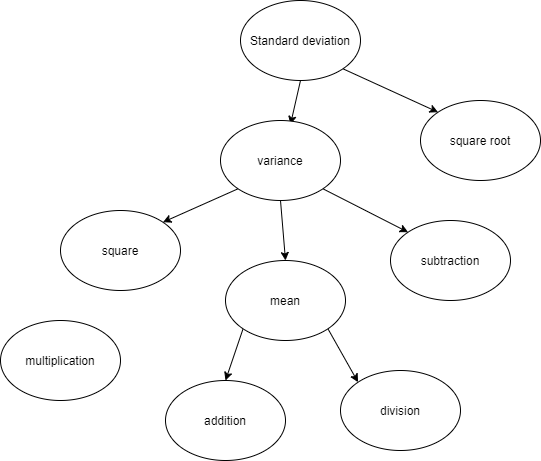
The draw.io diagram images/program operations diagram.png in sng23/miniproject2, before a commit. Source tidied: cells renumbered, new cells last; positions are measured from the earlier drawing's top-left corner, leaving out a move shared by most shapes. Its diagram source:
```xml
<mxGraphModel>
  <root>
    <mxCell id="0" />
    <mxCell id="1" parent="0" />
    <mxCell id="2" style="edgeStyle=none;rounded=0;jettySize=auto;html=1;exitX=1;exitY=1;exitDx=0;exitDy=0;entryX=0;entryY=0;entryDx=0;entryDy=0;" parent="1" edge="1" source="4" target="17">
      <mxGeometry relative="1" as="geometry" />
    </mxCell>
    <mxCell id="3" style="edgeStyle=none;rounded=0;jettySize=auto;html=1;exitX=0.5;exitY=1;exitDx=0;exitDy=0;entryX=0.583;entryY=0.05;entryDx=0;entryDy=0;entryPerimeter=0;" parent="1" edge="1" source="4" target="8">
      <mxGeometry relative="1" as="geometry" />
    </mxCell>
    <mxCell id="4" value="Standard deviation" style="ellipse;whiteSpace=wrap;html=1;" parent="1" vertex="1">
      <mxGeometry x="240" width="120" height="80" as="geometry" />
    </mxCell>
    <mxCell id="5" style="edgeStyle=none;rounded=0;jettySize=auto;html=1;exitX=0.5;exitY=1;exitDx=0;exitDy=0;entryX=0.5;entryY=0;entryDx=0;entryDy=0;" parent="1" edge="1" source="8" target="11">
      <mxGeometry relative="1" as="geometry" />
    </mxCell>
    <mxCell id="6" style="edgeStyle=none;rounded=0;jettySize=auto;html=1;exitX=1;exitY=1;exitDx=0;exitDy=0;entryX=0;entryY=0;entryDx=0;entryDy=0;" parent="1" edge="1" source="8" target="13">
      <mxGeometry relative="1" as="geometry" />
    </mxCell>
    <mxCell id="7" style="edgeStyle=none;rounded=0;jettySize=auto;html=1;exitX=0;exitY=1;exitDx=0;exitDy=0;entryX=1;entryY=0;entryDx=0;entryDy=0;" parent="1" edge="1" source="8" target="16">
      <mxGeometry relative="1" as="geometry" />
    </mxCell>
    <mxCell id="8" value="variance" style="ellipse;whiteSpace=wrap;html=1;" parent="1" vertex="1">
      <mxGeometry x="220" y="120" width="120" height="80" as="geometry" />
    </mxCell>
    <mxCell id="9" style="edgeStyle=none;rounded=0;jettySize=auto;html=1;exitX=0;exitY=1;exitDx=0;exitDy=0;entryX=0.5;entryY=0;entryDx=0;entryDy=0;" parent="1" edge="1" source="11" target="12">
      <mxGeometry relative="1" as="geometry" />
    </mxCell>
    <mxCell id="10" style="edgeStyle=none;rounded=0;jettySize=auto;html=1;exitX=1;exitY=1;exitDx=0;exitDy=0;entryX=0;entryY=0;entryDx=0;entryDy=0;" parent="1" edge="1" source="11" target="15">
      <mxGeometry relative="1" as="geometry" />
    </mxCell>
    <mxCell id="11" value="mean" style="ellipse;whiteSpace=wrap;html=1;" parent="1" vertex="1">
      <mxGeometry x="225" y="260" width="120" height="80" as="geometry" />
    </mxCell>
    <mxCell id="12" value="addition" style="ellipse;whiteSpace=wrap;html=1;" parent="1" vertex="1">
      <mxGeometry x="165" y="380" width="120" height="80" as="geometry" />
    </mxCell>
    <mxCell id="13" value="subtraction" style="ellipse;whiteSpace=wrap;html=1;" parent="1" vertex="1">
      <mxGeometry x="390" y="220" width="120" height="80" as="geometry" />
    </mxCell>
    <mxCell id="14" value="multiplication" style="ellipse;whiteSpace=wrap;html=1;" parent="1" vertex="1">
      <mxGeometry y="320" width="120" height="80" as="geometry" />
    </mxCell>
    <mxCell id="15" value="division" style="ellipse;whiteSpace=wrap;html=1;" parent="1" vertex="1">
      <mxGeometry x="340" y="370" width="120" height="80" as="geometry" />
    </mxCell>
    <mxCell id="16" value="square" style="ellipse;whiteSpace=wrap;html=1;" parent="1" vertex="1">
      <mxGeometry x="60" y="210" width="120" height="80" as="geometry" />
    </mxCell>
    <mxCell id="17" value="square root" style="ellipse;whiteSpace=wrap;html=1;" parent="1" vertex="1">
      <mxGeometry x="420" y="100" width="120" height="80" as="geometry" />
    </mxCell>
  </root>
</mxGraphModel>
```
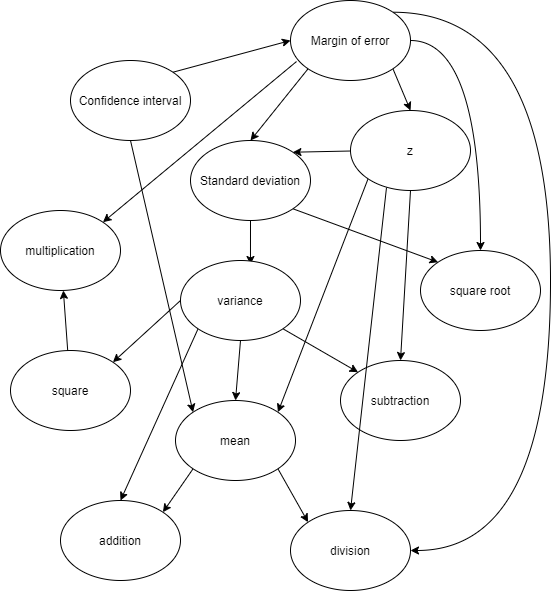
Above is the later version.

Commit message:
Feature: Margin of error.

What changed in the source:
```diff
@@ -8,6 +8,9 @@
     <mxCell id="3" style="edgeStyle=none;rounded=0;jettySize=auto;html=1;exitX=0.5;exitY=1;exitDx=0;exitDy=0;entryX=0.583;entryY=0.05;entryDx=0;entryDy=0;entryPerimeter=0;" parent="1" edge="1" source="4" target="8">
       <mxGeometry relative="1" as="geometry" />
     </mxCell>
+    <mxCell id="18" style="rounded=0;jettySize=auto;html=1;entryX=1;entryY=0;entryDx=0;entryDy=0;" parent="1" edge="1" source="27" target="4">
+      <mxGeometry relative="1" as="geometry" />
+    </mxCell>
     <mxCell id="4" value="Standard deviation" style="ellipse;whiteSpace=wrap;html=1;" parent="1" vertex="1">
       <mxGeometry x="240" width="120" height="80" as="geometry" />
     </mxCell>
@@ -17,38 +20,92 @@
     <mxCell id="6" style="edgeStyle=none;rounded=0;jettySize=auto;html=1;exitX=1;exitY=1;exitDx=0;exitDy=0;entryX=0;entryY=0;entryDx=0;entryDy=0;" parent="1" edge="1" source="8" target="13">
       <mxGeometry relative="1" as="geometry" />
     </mxCell>
-    <mxCell id="7" style="edgeStyle=none;rounded=0;jettySize=auto;html=1;exitX=0;exitY=1;exitDx=0;exitDy=0;entryX=1;entryY=0;entryDx=0;entryDy=0;" parent="1" edge="1" source="8" target="16">
+    <mxCell id="7" style="edgeStyle=none;rounded=0;jettySize=auto;html=1;exitX=0;exitY=0.5;exitDx=0;exitDy=0;entryX=1;entryY=0;entryDx=0;entryDy=0;" parent="1" edge="1" source="8" target="16">
       <mxGeometry relative="1" as="geometry" />
     </mxCell>
+    <mxCell id="19" style="edgeStyle=none;rounded=0;jettySize=auto;html=1;exitX=0;exitY=1;exitDx=0;exitDy=0;entryX=0.5;entryY=0;entryDx=0;entryDy=0;" parent="1" edge="1" source="8" target="12">
+      <mxGeometry relative="1" as="geometry" />
+    </mxCell>
     <mxCell id="8" value="variance" style="ellipse;whiteSpace=wrap;html=1;" parent="1" vertex="1">
-      <mxGeometry x="220" y="120" width="120" height="80" as="geometry" />
+      <mxGeometry x="230" y="120" width="120" height="80" as="geometry" />
     </mxCell>
-    <mxCell id="9" style="edgeStyle=none;rounded=0;jettySize=auto;html=1;exitX=0;exitY=1;exitDx=0;exitDy=0;entryX=0.5;entryY=0;entryDx=0;entryDy=0;" parent="1" edge="1" source="11" target="12">
+    <mxCell id="9" style="edgeStyle=none;rounded=0;jettySize=auto;html=1;exitX=0;exitY=1;exitDx=0;exitDy=0;entryX=1;entryY=0;entryDx=0;entryDy=0;" parent="1" edge="1" source="11" target="12">
       <mxGeometry relative="1" as="geometry" />
     </mxCell>
     <mxCell id="10" style="edgeStyle=none;rounded=0;jettySize=auto;html=1;exitX=1;exitY=1;exitDx=0;exitDy=0;entryX=0;entryY=0;entryDx=0;entryDy=0;" parent="1" edge="1" source="11" target="15">
       <mxGeometry relative="1" as="geometry" />
     </mxCell>
+    <mxCell id="20" style="rounded=0;jettySize=auto;html=1;exitX=0;exitY=1;exitDx=0;exitDy=0;entryX=1;entryY=0;entryDx=0;entryDy=0;" parent="1" edge="1" source="27" target="11">
+      <mxGeometry relative="1" as="geometry" />
+    </mxCell>
+    <mxCell id="21" style="edgeStyle=none;rounded=0;jettySize=auto;html=1;exitX=0.5;exitY=1;exitDx=0;exitDy=0;entryX=0;entryY=0;entryDx=0;entryDy=0;" parent="1" edge="1" source="26" target="11">
+      <mxGeometry relative="1" as="geometry" />
+    </mxCell>
     <mxCell id="11" value="mean" style="ellipse;whiteSpace=wrap;html=1;" parent="1" vertex="1">
       <mxGeometry x="225" y="260" width="120" height="80" as="geometry" />
     </mxCell>
     <mxCell id="12" value="addition" style="ellipse;whiteSpace=wrap;html=1;" parent="1" vertex="1">
-      <mxGeometry x="165" y="380" width="120" height="80" as="geometry" />
+      <mxGeometry x="110" y="360" width="120" height="80" as="geometry" />
     </mxCell>
+    <mxCell id="22" style="edgeStyle=none;rounded=0;jettySize=auto;html=1;exitX=0.5;exitY=1;exitDx=0;exitDy=0;entryX=0.5;entryY=0;entryDx=0;entryDy=0;" parent="1" edge="1" source="27" target="13">
+      <mxGeometry relative="1" as="geometry" />
+    </mxCell>
     <mxCell id="13" value="subtraction" style="ellipse;whiteSpace=wrap;html=1;" parent="1" vertex="1">
       <mxGeometry x="390" y="220" width="120" height="80" as="geometry" />
     </mxCell>
     <mxCell id="14" value="multiplication" style="ellipse;whiteSpace=wrap;html=1;" parent="1" vertex="1">
-      <mxGeometry y="320" width="120" height="80" as="geometry" />
+      <mxGeometry x="50" y="70" width="120" height="80" as="geometry" />
     </mxCell>
+    <mxCell id="23" style="edgeStyle=none;rounded=0;jettySize=auto;html=1;exitX=0.3;exitY=0.963;exitDx=0;exitDy=0;entryX=0.5;entryY=0;entryDx=0;entryDy=0;exitPerimeter=0;" parent="1" edge="1" source="27" target="15">
+      <mxGeometry relative="1" as="geometry" />
+    </mxCell>
     <mxCell id="15" value="division" style="ellipse;whiteSpace=wrap;html=1;" parent="1" vertex="1">
       <mxGeometry x="340" y="370" width="120" height="80" as="geometry" />
     </mxCell>
+    <mxCell id="24" style="edgeStyle=none;rounded=0;jettySize=auto;html=1;" parent="1" edge="1" source="16" target="14">
+      <mxGeometry relative="1" as="geometry" />
+    </mxCell>
     <mxCell id="16" value="square" style="ellipse;whiteSpace=wrap;html=1;" parent="1" vertex="1">
       <mxGeometry x="60" y="210" width="120" height="80" as="geometry" />
     </mxCell>
     <mxCell id="17" value="square root" style="ellipse;whiteSpace=wrap;html=1;" parent="1" vertex="1">
-      <mxGeometry x="420" y="100" width="120" height="80" as="geometry" />
+      <mxGeometry x="470" y="110" width="120" height="80" as="geometry" />
     </mxCell>
+    <mxCell id="25" style="rounded=0;jettySize=auto;html=1;exitX=1;exitY=0;exitDx=0;exitDy=0;entryX=0;entryY=0.5;entryDx=0;entryDy=0;" parent="1" edge="1" source="26" target="33">
+      <mxGeometry relative="1" as="geometry" />
+    </mxCell>
+    <mxCell id="26" value="Confidence interval" style="ellipse;whiteSpace=wrap;html=1;" parent="1" vertex="1">
+      <mxGeometry x="120" y="-80" width="120" height="80" as="geometry" />
+    </mxCell>
+    <mxCell id="27" value="z" style="ellipse;whiteSpace=wrap;html=1;" parent="1" vertex="1">
+      <mxGeometry x="400" y="-30" width="120" height="80" as="geometry" />
+    </mxCell>
+    <mxCell id="28" style="edgeStyle=orthogonalEdgeStyle;rounded=0;jettySize=auto;html=1;exitX=1;exitY=0.5;exitDx=0;exitDy=0;entryX=0.5;entryY=0;entryDx=0;entryDy=0;curved=1;" parent="1" edge="1" source="33" target="17">
+      <mxGeometry relative="1" as="geometry">
+        <Array as="points">
+          <mxPoint x="530" y="-100" />
+        </Array>
+      </mxGeometry>
+    </mxCell>
+    <mxCell id="29" style="edgeStyle=orthogonalEdgeStyle;curved=1;rounded=0;jettySize=auto;html=1;exitX=1;exitY=0;exitDx=0;exitDy=0;entryX=1;entryY=0.5;entryDx=0;entryDy=0;" parent="1" edge="1" source="33" target="15">
+      <mxGeometry relative="1" as="geometry">
+        <Array as="points">
+          <mxPoint x="600" y="-128" />
+          <mxPoint x="600" y="410" />
+        </Array>
+      </mxGeometry>
+    </mxCell>
+    <mxCell id="30" style="rounded=0;jettySize=auto;html=1;exitX=0;exitY=1;exitDx=0;exitDy=0;entryX=0.5;entryY=0;entryDx=0;entryDy=0;" parent="1" edge="1" source="33" target="4">
+      <mxGeometry relative="1" as="geometry" />
+    </mxCell>
+    <mxCell id="31" style="edgeStyle=none;rounded=0;jettySize=auto;html=1;exitX=0.05;exitY=0.763;exitDx=0;exitDy=0;entryX=1;entryY=0;entryDx=0;entryDy=0;exitPerimeter=0;" parent="1" edge="1" source="33" target="14">
+      <mxGeometry relative="1" as="geometry" />
+    </mxCell>
+    <mxCell id="32" style="edgeStyle=none;rounded=0;jettySize=auto;html=1;exitX=1;exitY=1;exitDx=0;exitDy=0;entryX=0.5;entryY=0;entryDx=0;entryDy=0;" parent="1" edge="1" source="33" target="27">
+      <mxGeometry relative="1" as="geometry" />
+    </mxCell>
+    <mxCell id="33" value="Margin of error" style="ellipse;whiteSpace=wrap;html=1;" parent="1" vertex="1">
+      <mxGeometry x="340" y="-140" width="120" height="80" as="geometry" />
+    </mxCell>
   </root>
 </mxGraphModel>
```
